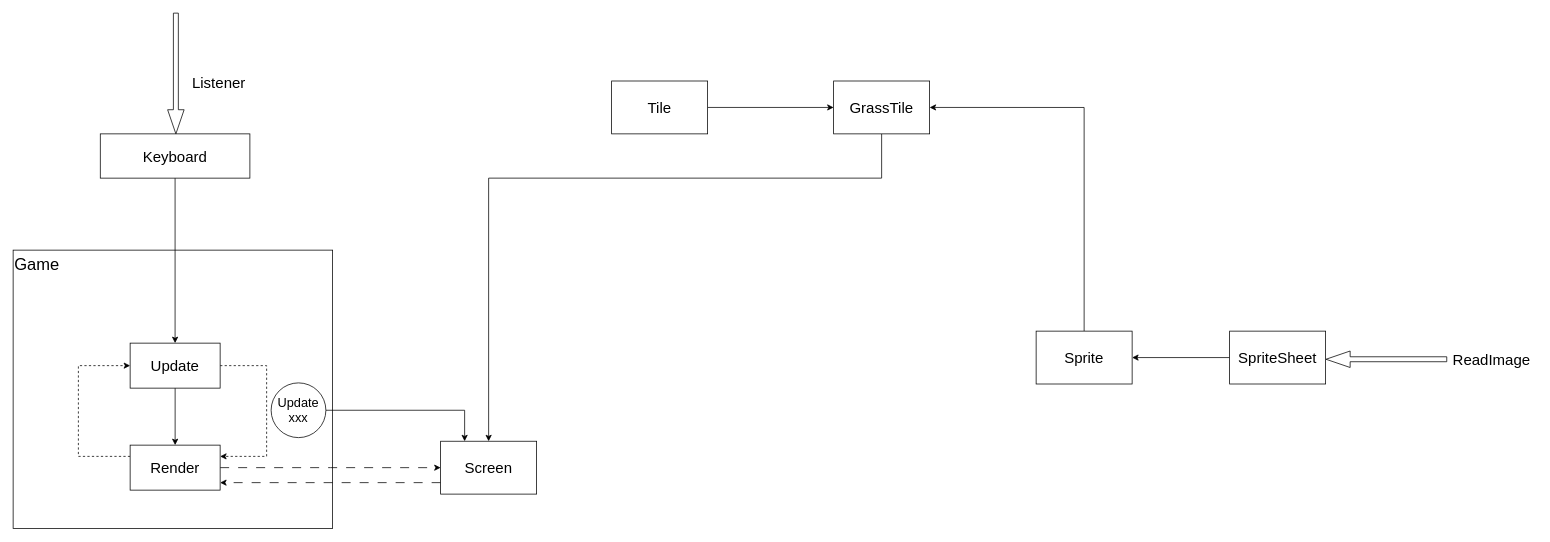
xiaodongYao/DrawIO keeps this draw.io diagram as Game.drawio. Above is the earlier version. Source tidied: cells renumbered, new cells numbered last; positions are measured from the earlier drawing's top-left corner, leaving out a move shared by most shapes. Both pictures are drawn from the tidied source at 75%, with x=0, y=0 at pixel (13, 13).
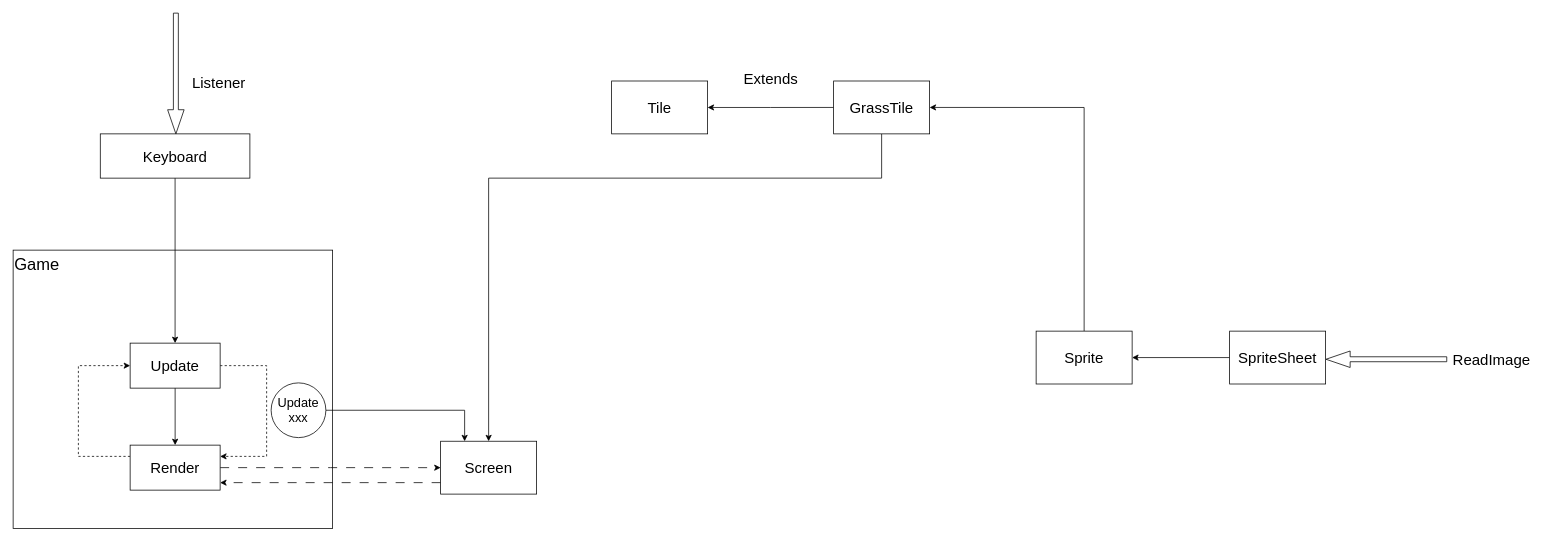
The same page after the edit.

Unchanged cells that the change refers to:
```xml
<mxCell id="24" value="GrassTile" style="rounded=0;whiteSpace=wrap;html=1;align=center;verticalAlign=middle;fontSize=20;" parent="1" vertex="1">
  <mxGeometry x="1094" y="90.5" width="128" height="70.5" as="geometry" />
</mxCell>
<mxCell id="26" value="Tile" style="rounded=0;whiteSpace=wrap;html=1;align=center;verticalAlign=middle;fontSize=20;" parent="1" vertex="1">
  <mxGeometry x="798" y="90.5" width="128" height="70.5" as="geometry" />
</mxCell>
```

What changed in the source:
```diff
@@
+    <mxCell id="27" style="edgeStyle=orthogonalEdgeStyle;rounded=0;jettySize=auto;html=1;exitX=0;exitY=0.5;exitDx=0;exitDy=0;" parent="1" edge="1" source="24" target="26">
+      <mxGeometry relative="1" as="geometry" />
+    </mxCell>
@@
-    <mxCell id="25" style="edgeStyle=orthogonalEdgeStyle;rounded=0;jettySize=auto;html=1;exitX=1;exitY=0.5;exitDx=0;exitDy=0;entryX=0;entryY=0.5;entryDx=0;entryDy=0;" parent="1" edge="1" source="26" target="24">
-      <mxGeometry relative="1" as="geometry" />
-    </mxCell>
@@
+    <mxCell id="28" value="Extends" style="text;html=1;align=center;verticalAlign=middle;whiteSpace=wrap;rounded=0;fontSize=20;" parent="1" vertex="1">
+      <mxGeometry x="963" y="65" width="95" height="44" as="geometry" />
+    </mxCell>
```
